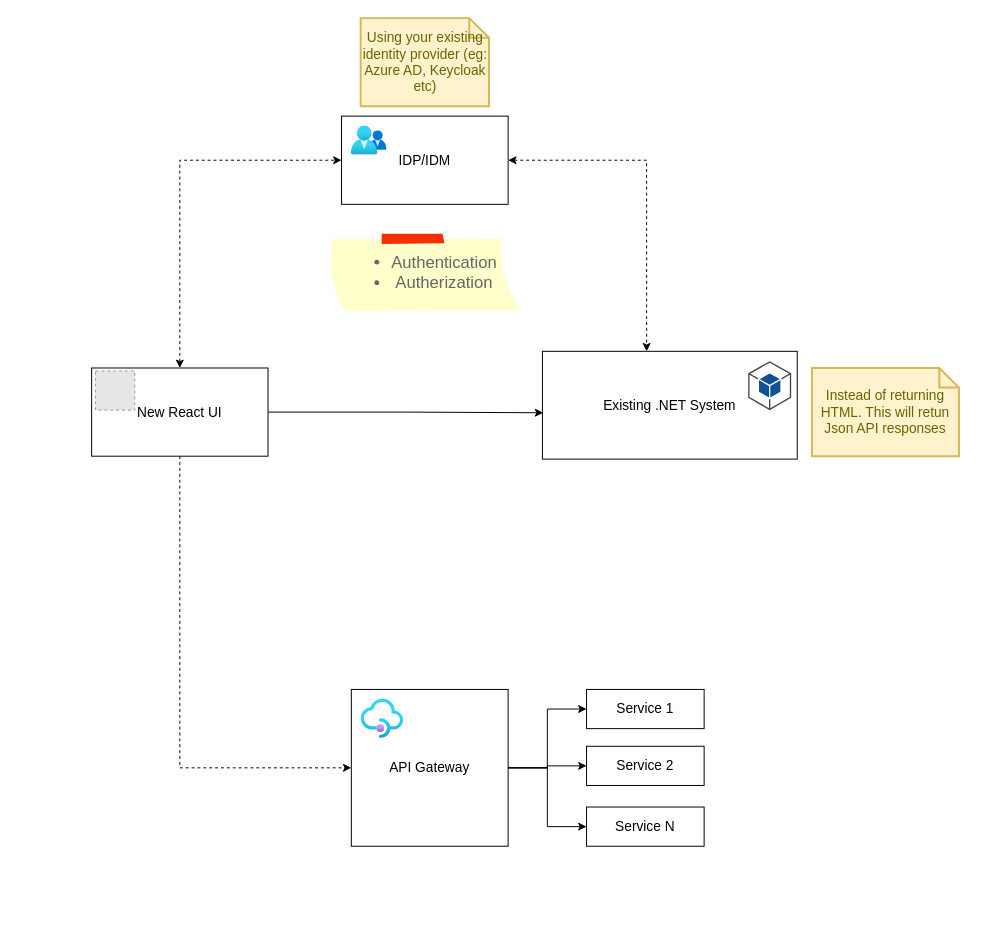
The draw.io diagram DotNet-App-Upgrade.drawio in Ricky-G/draw-io, before the edit. Source tidied: cells renumbered, new cells numbered last; positions are measured from the earlier drawing's top-left corner, leaving out a move shared by most shapes. Both pictures are drawn from the tidied source at 98%, with x=0, y=0 at pixel (91, 18). Pictures stored in the file or linked from it are replaced by grey dashed boxes.
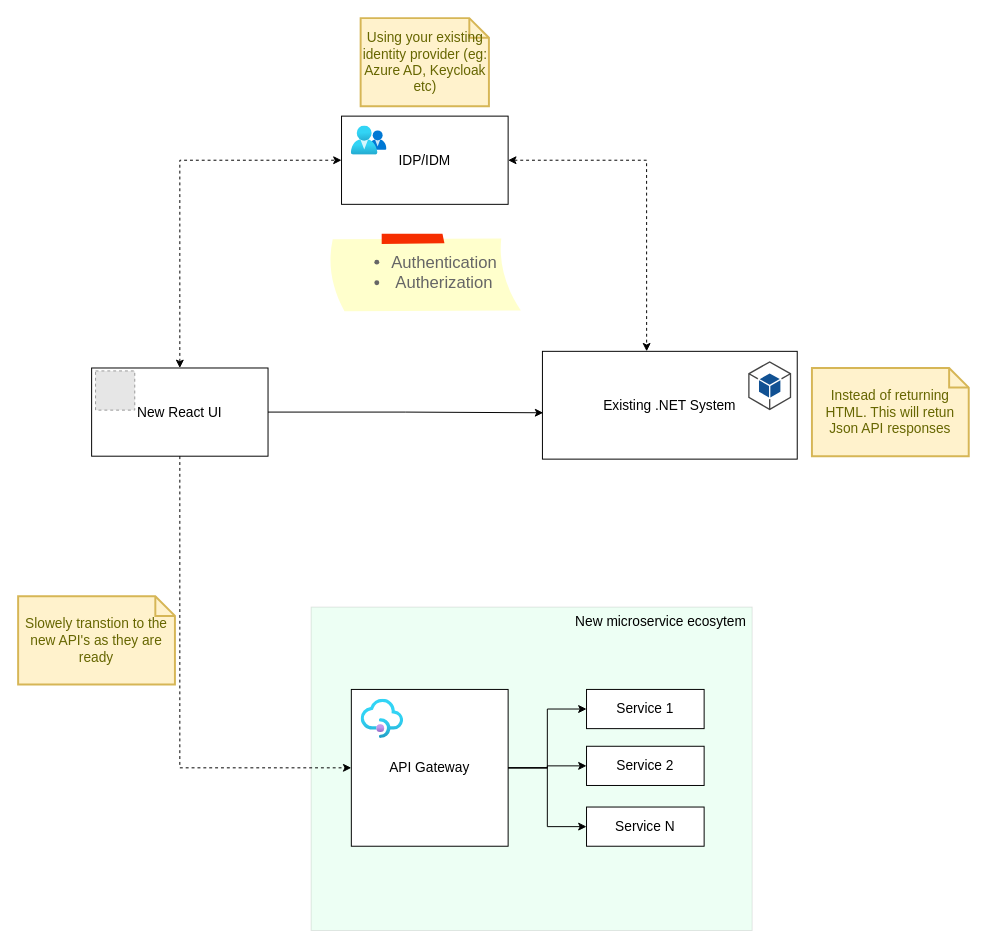
Above is the later version.

What changed in the source:
```diff
@@
+    <mxCell id="27" value="&lt;blockquote style=&quot;margin: 0 0 0 40px ; border: none ; padding: 0px&quot;&gt;&lt;br&gt;&lt;/blockquote&gt;" style="rounded=0;whiteSpace=wrap;html=1;fontSize=14;fillColor=#52FF91;opacity=10;align=right;" parent="1" vertex="1">
+      <mxGeometry x="224" y="601" width="450" height="330" as="geometry" />
+    </mxCell>
@@
     <mxCell id="8" value="Instead of returning HTML. This will retun Json API responses" style="shape=note;strokeWidth=2;fontSize=14;size=20;whiteSpace=wrap;html=1;fillColor=#fff2cc;strokeColor=#d6b656;fontColor=#666600;" parent="1" vertex="1">
-      <mxGeometry x="735" y="357" width="150" height="90" as="geometry" />
+      <mxGeometry x="735" y="357" width="160" height="90" as="geometry" />
     </mxCell>
@@
+    <mxCell id="28" value="Slowely transtion to the new API's as they are ready" style="shape=note;strokeWidth=2;fontSize=14;size=20;whiteSpace=wrap;html=1;fillColor=#fff2cc;strokeColor=#d6b656;fontColor=#666600;" parent="1" vertex="1">
+      <mxGeometry x="-75" y="590" width="160" height="90" as="geometry" />
+    </mxCell>
+    <mxCell id="29" value="New microservice ecosytem" style="text;html=1;strokeColor=none;fillColor=none;align=center;verticalAlign=middle;whiteSpace=wrap;rounded=0;fontSize=14;opacity=10;" parent="1" vertex="1">
+      <mxGeometry x="486" y="601" width="190" height="30" as="geometry" />
+    </mxCell>
```
